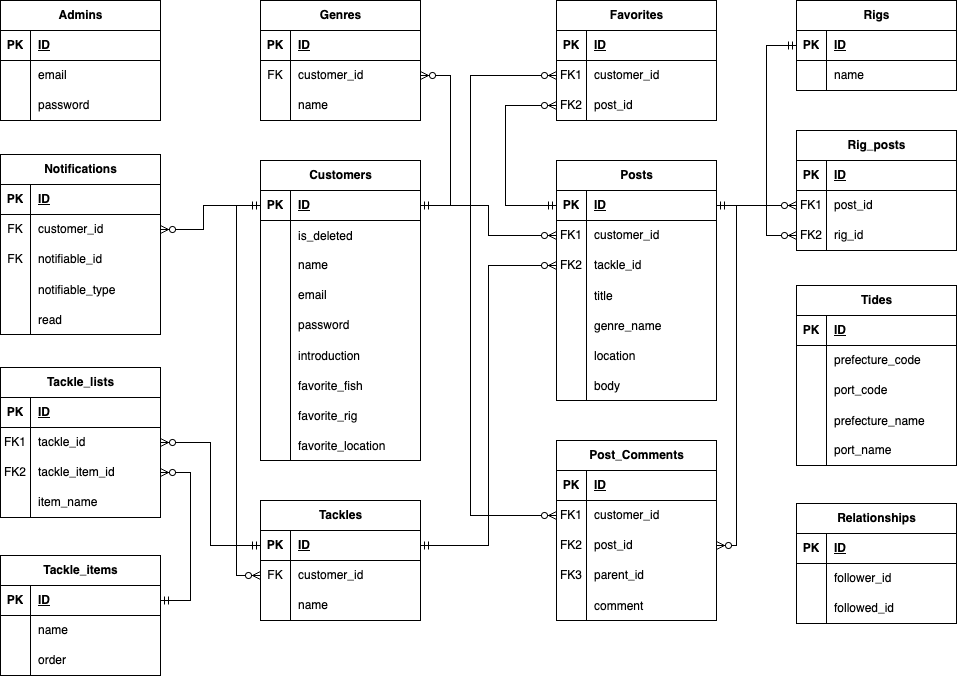
This is README/ER.png from yksy97/AnglersSpots, a draw.io export, as it was before one commit. Source tidied: cells renumbered, new cells last; positions are measured from the earlier drawing's top-left corner, leaving out a move shared by most shapes.
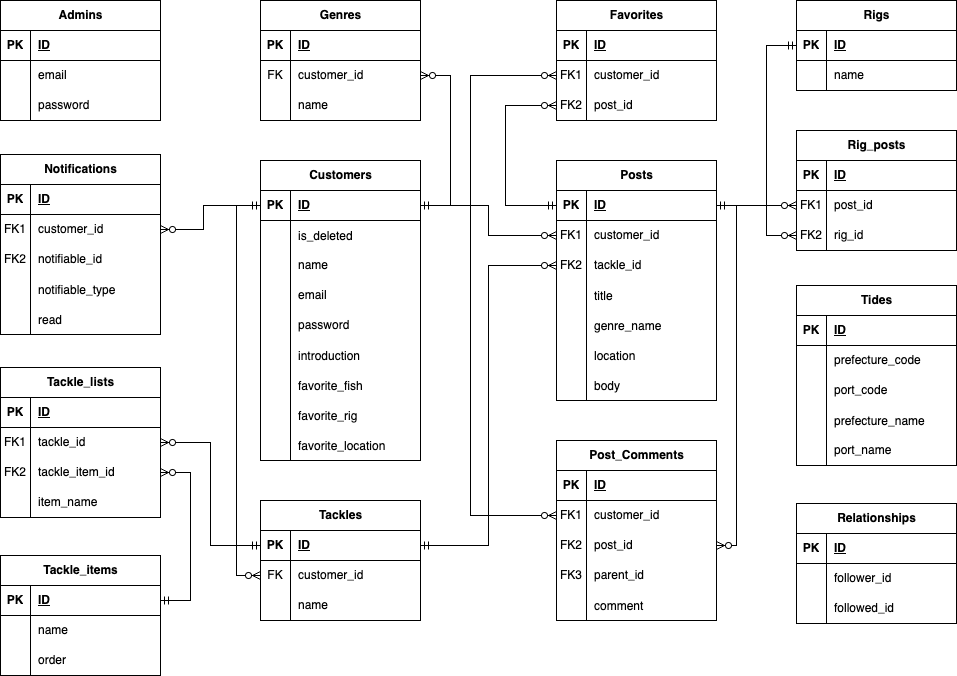
Later version of the same file.

The edit, as a diff of the source:
```diff
@@ -53,7 +53,7 @@
     <mxCell id="17" style="shape=tableRow;horizontal=0;startSize=0;swimlaneHead=0;swimlaneBody=0;fillColor=none;points=[[0,0.5],[1,0.5]];portConstraint=eastwest;top=0;left=0;right=0;bottom=0;" parent="13" vertex="1">
       <mxGeometry y="60" width="160" height="30" as="geometry" />
     </mxCell>
-    <mxCell id="18" value="FK" style="shape=partialRectangle;fillColor=none;top=0;left=0;bottom=0;right=0;overflow=hidden;whiteSpace=wrap;html=1;" parent="17" vertex="1">
+    <mxCell id="18" value="FK1" style="shape=partialRectangle;fillColor=none;top=0;left=0;bottom=0;right=0;overflow=hidden;whiteSpace=wrap;html=1;" parent="17" vertex="1">
       <mxGeometry width="30" height="30" as="geometry" />
     </mxCell>
     <mxCell id="19" value="&lt;span style=&quot;background-color: rgb(255, 255, 255);&quot;&gt;customer_id&lt;/span&gt;" style="shape=partialRectangle;fillColor=none;top=0;left=0;bottom=0;right=0;align=left;spacingLeft=6;overflow=hidden;whiteSpace=wrap;html=1;" parent="17" vertex="1">
@@ -62,7 +62,7 @@
     <mxCell id="20" style="shape=tableRow;horizontal=0;startSize=0;swimlaneHead=0;swimlaneBody=0;fillColor=none;top=0;left=0;right=0;bottom=0;" parent="13" vertex="1">
       <mxGeometry y="90" width="160" height="30" as="geometry" />
     </mxCell>
-    <mxCell id="21" value="FK" style="shape=partialRectangle;fillColor=none;top=0;left=0;bottom=0;right=0;fontStyle=0;overflow=hidden;whiteSpace=wrap;html=1;" parent="20" vertex="1">
+    <mxCell id="21" value="FK2" style="shape=partialRectangle;fillColor=none;top=0;left=0;bottom=0;right=0;fontStyle=0;overflow=hidden;whiteSpace=wrap;html=1;" parent="20" vertex="1">
       <mxGeometry width="30" height="30" as="geometry" />
     </mxCell>
     <mxCell id="22" value="notifiable_id" style="shape=partialRectangle;fillColor=none;top=0;left=0;bottom=0;right=0;align=left;spacingLeft=6;fontStyle=0;overflow=hidden;whiteSpace=wrap;html=1;" parent="20" vertex="1">
```
